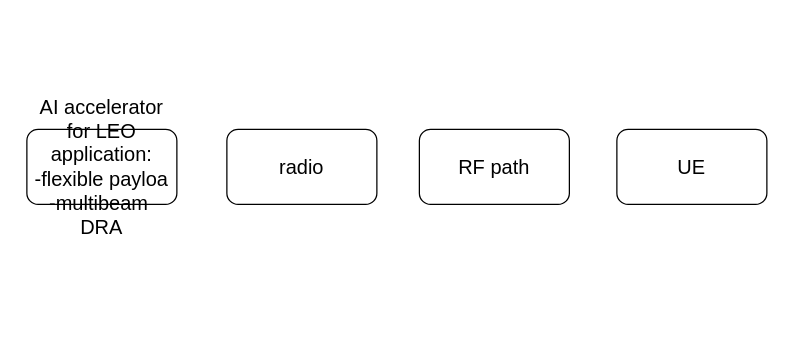
The draw.io diagram spaice.drawio in JanThoemel/drawIO, before the edit. Source tidied: cells renumbered, new cells numbered last; positions are measured from the earlier drawing's top-left corner, leaving out a move shared by most shapes. Both pictures are drawn from the tidied source at 125%, with x=0, y=0 at pixel (26, 129).
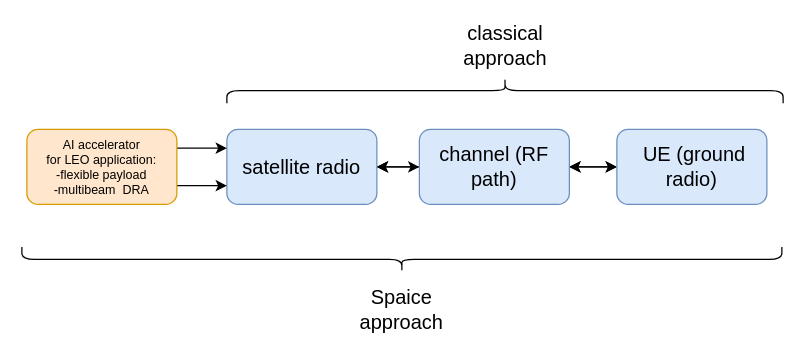
The same page after the edit.

What changed in the source:
```diff
@@
 <mxGraphModel>
   <root>
     <mxCell id="0" />
     <mxCell id="1" parent="0" />
+    <mxCell id="6" style="edgeStyle=orthogonalEdgeStyle;rounded=0;jettySize=auto;html=1;exitX=1;exitY=0.5;exitDx=0;exitDy=0;startArrow=classic;startFill=0;" parent="1" edge="1" source="2" target="3">
+      <mxGeometry relative="1" as="geometry" />
+    </mxCell>
-    <mxCell id="2" value="radio" style="rounded=1;whiteSpace=wrap;html=1;fontSize=16;" parent="1" vertex="1">
+    <mxCell id="2" value="satellite radio" style="rounded=1;whiteSpace=wrap;html=1;fontSize=16;fillColor=#dae8fc;strokeColor=#6c8ebf;" parent="1" vertex="1">
       <mxGeometry x="160" width="120" height="60" as="geometry" />
     </mxCell>
+    <mxCell id="7" style="edgeStyle=orthogonalEdgeStyle;rounded=0;jettySize=auto;html=1;" parent="1" edge="1" source="3" target="2">
+      <mxGeometry relative="1" as="geometry" />
+    </mxCell>
+    <mxCell id="8" style="edgeStyle=orthogonalEdgeStyle;rounded=0;jettySize=auto;html=1;exitX=1;exitY=0.5;exitDx=0;exitDy=0;entryX=0;entryY=0.5;entryDx=0;entryDy=0;startArrow=classic;startFill=0;" parent="1" edge="1" source="3" target="4">
+      <mxGeometry relative="1" as="geometry" />
+    </mxCell>
+    <mxCell id="9" style="edgeStyle=orthogonalEdgeStyle;rounded=0;jettySize=auto;html=1;startArrow=classic;startFill=1;" parent="1" edge="1" source="3" target="4">
+      <mxGeometry relative="1" as="geometry" />
+    </mxCell>
-    <mxCell id="3" value="RF path" style="rounded=1;whiteSpace=wrap;html=1;fontSize=16;" parent="1" vertex="1">
+    <mxCell id="3" value="channel (RF path)" style="rounded=1;whiteSpace=wrap;html=1;fontSize=16;fillColor=#dae8fc;strokeColor=#6c8ebf;" parent="1" vertex="1">
       <mxGeometry x="314" width="120" height="60" as="geometry" />
     </mxCell>
-    <mxCell id="4" value="UE" style="rounded=1;whiteSpace=wrap;html=1;fontSize=16;" parent="1" vertex="1">
+    <mxCell id="4" value="&amp;nbsp;UE (ground radio)" style="rounded=1;whiteSpace=wrap;html=1;fontSize=16;fillColor=#dae8fc;strokeColor=#6c8ebf;" parent="1" vertex="1">
       <mxGeometry x="472" width="120" height="60" as="geometry" />
     </mxCell>
+    <mxCell id="10" style="edgeStyle=orthogonalEdgeStyle;rounded=0;jettySize=auto;html=1;exitX=1;exitY=0.25;exitDx=0;exitDy=0;entryX=0;entryY=0.25;entryDx=0;entryDy=0;" parent="1" edge="1" source="5" target="2">
+      <mxGeometry relative="1" as="geometry" />
+    </mxCell>
+    <mxCell id="11" style="edgeStyle=orthogonalEdgeStyle;rounded=0;jettySize=auto;html=1;exitX=1;exitY=0.75;exitDx=0;exitDy=0;entryX=0;entryY=0.75;entryDx=0;entryDy=0;" parent="1" edge="1" source="5" target="2">
+      <mxGeometry relative="1" as="geometry" />
+    </mxCell>
-    <mxCell id="5" value="AI accelerator&lt;br&gt;for LEO application:&lt;br&gt;&lt;div&gt;-flexible payloa&lt;/div&gt;&lt;div&gt;-multibeam&amp;nbsp; DRA&lt;br&gt;&lt;/div&gt;" style="rounded=1;whiteSpace=wrap;html=1;fontSize=16;" parent="1" vertex="1">
+    <mxCell id="5" value="&lt;font style=&quot;font-size: 10px;&quot;&gt;AI accelerator&lt;br style=&quot;font-size: 10px;&quot;&gt;for LEO&lt;font style=&quot;font-size: 10px;&quot;&gt; application:&lt;/font&gt;&lt;/font&gt;&lt;font style=&quot;font-size: 10px;&quot;&gt;&lt;br style=&quot;font-size: 10px;&quot;&gt;-flexible payload&lt;/font&gt;&lt;div style=&quot;font-size: 10px;&quot;&gt;&lt;font style=&quot;font-size: 10px;&quot;&gt;-multibeam&amp;nbsp; DRA&lt;br style=&quot;font-size: 10px;&quot;&gt;&lt;/font&gt;&lt;/div&gt;" style="rounded=1;whiteSpace=wrap;html=1;fontSize=10;spacing=0;fillColor=#ffe6cc;strokeColor=#d79b00;" parent="1" vertex="1">
       <mxGeometry width="120" height="60" as="geometry" />
     </mxCell>
+    <mxCell id="12" style="shape=curlyBracket;whiteSpace=wrap;html=1;rounded=1;labelPosition=left;verticalLabelPosition=middle;align=right;verticalAlign=middle;rotation=90;" parent="1" vertex="1">
+      <mxGeometry x="372.5" y="-253.5" width="20" height="445" as="geometry" />
+    </mxCell>
+    <mxCell id="13" style="shape=curlyBracket;whiteSpace=wrap;html=1;rounded=1;labelPosition=left;verticalLabelPosition=middle;align=right;verticalAlign=middle;rotation=-90;" parent="1" vertex="1">
+      <mxGeometry x="290" y="-200" width="20" height="608" as="geometry" />
+    </mxCell>
+    <mxCell id="14" value="classical approach" style="text;html=1;strokeColor=none;fillColor=none;align=center;verticalAlign=middle;whiteSpace=wrap;rounded=0;fontSize=16;" parent="1" vertex="1">
+      <mxGeometry x="352.5" y="-82" width="60" height="30" as="geometry" />
+    </mxCell>
+    <mxCell id="15" value="Spaice&lt;br&gt;approach" style="text;html=1;strokeColor=none;fillColor=none;align=center;verticalAlign=middle;whiteSpace=wrap;rounded=0;fontSize=16;" parent="1" vertex="1">
+      <mxGeometry x="270" y="129" width="60" height="30" as="geometry" />
+    </mxCell>
   </root>
 </mxGraphModel>
```
